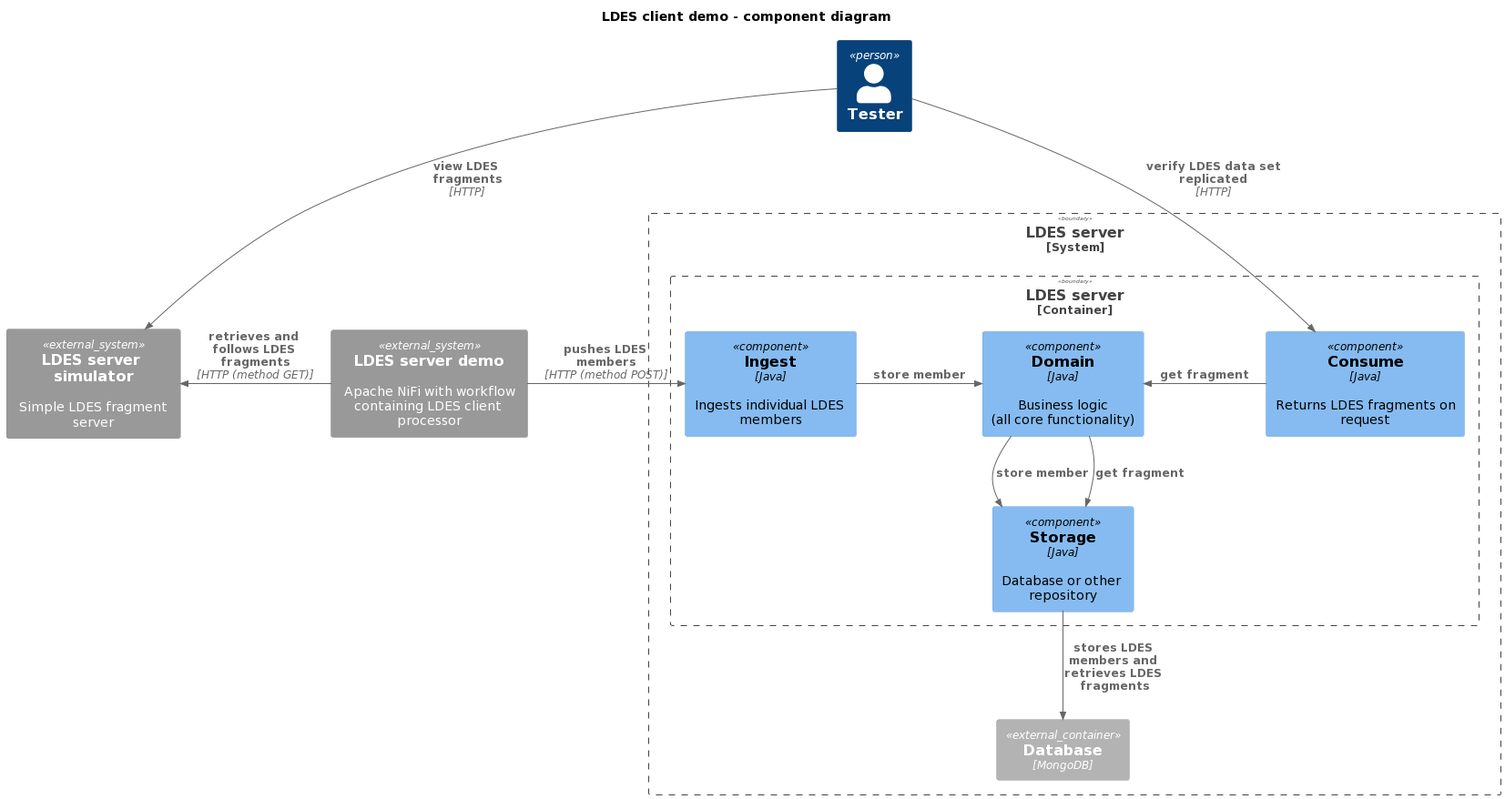
The PlantUML diagram e2e-test/support/context/simulator-workflow-server-mongo/artwork/demo-ldes-server.component.png in Informatievlaanderen/VSDS-LDES-E2E-testing, before a commit.
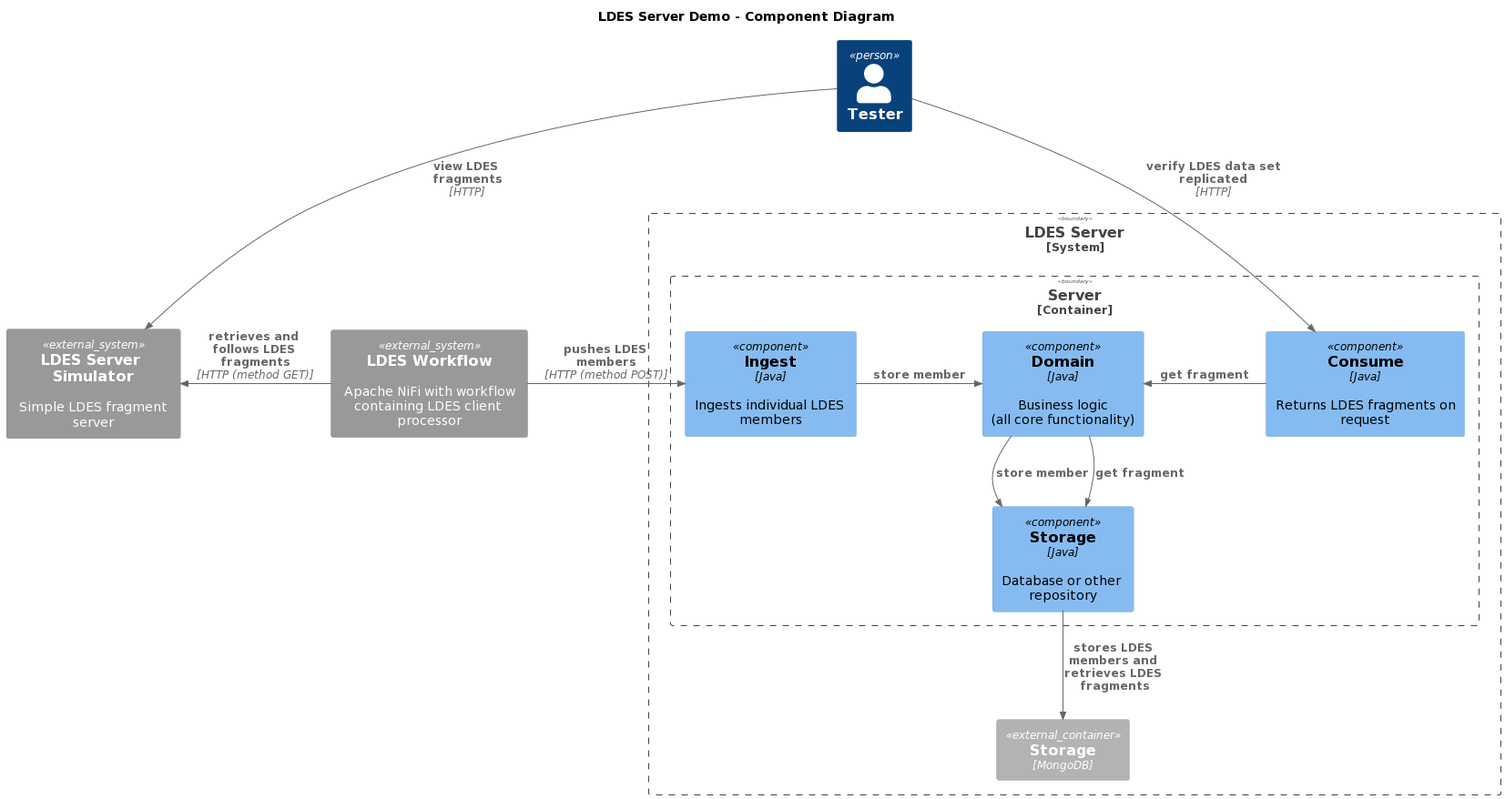
After the commit.

Change to the diagram source:
```diff
@@ -1,21 +1,21 @@
 @startuml
 !include https://raw.githubusercontent.com/plantuml-stdlib/C4-PlantUML/master/C4_Component.puml
 
-title LDES client demo - component diagram
+title LDES Server Demo - Component Diagram
 
 Person(tester, "Tester")
 
-System_Ext(simulator, "LDES server simulator", "Simple LDES fragment server")
-System_Ext(workflow, "LDES server demo", "Apache NiFi with workflow containing LDES client processor")
+System_Ext(simulator, "LDES Server Simulator", "Simple LDES fragment server")
+System_Ext(workflow, "LDES Workflow", "Apache NiFi with workflow containing LDES client processor")
 
-System_Boundary(server_system, "LDES server"){
-    Container_Boundary(server, "LDES server"){
+System_Boundary(server_system, "LDES Server"){
+    Container_Boundary(server, "Server"){
         Component(ingest, "Ingest", "Java", "Ingests individual LDES members")
         Component(core, "Domain", "Java", "Business logic\n(all core functionality)")
         Component(storage, "Storage", "Java", "Database or other repository")
         Component(consume, "Consume", "Java", "Returns LDES fragments on request")
     }
-    Container_Ext(database, "Database", "MongoDB")
+    Container_Ext(database, "Storage", "MongoDB")
 }
 
 Rel_D(tester, simulator, "view LDES fragments", "HTTP")
```
